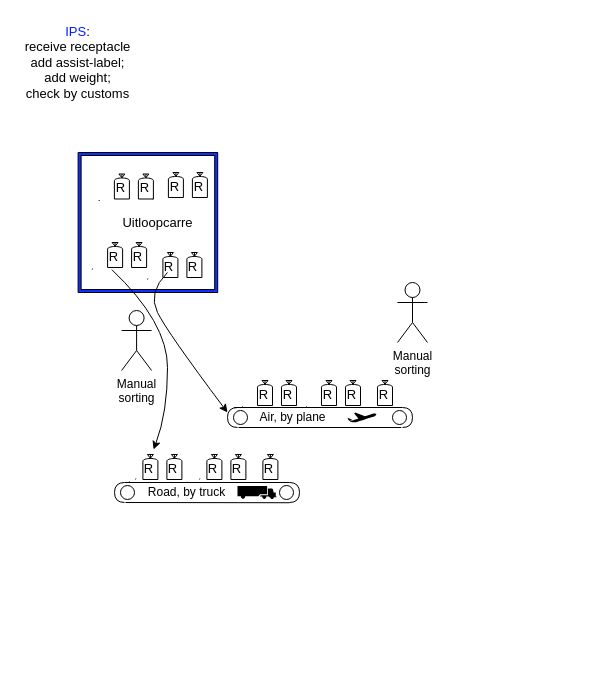
The draw.io diagram Untitled Diagram.drawio in TimvanSteenbergen/drawio, before the edit. Source tidied: cells renumbered, new cells numbered last; positions are measured from the earlier drawing's top-left corner, leaving out a move shared by most shapes. Both pictures are drawn from the tidied source at 100%, with x=0, y=0 at pixel (17, 17). Pictures stored in the file or linked from it are replaced by grey dashed boxes.
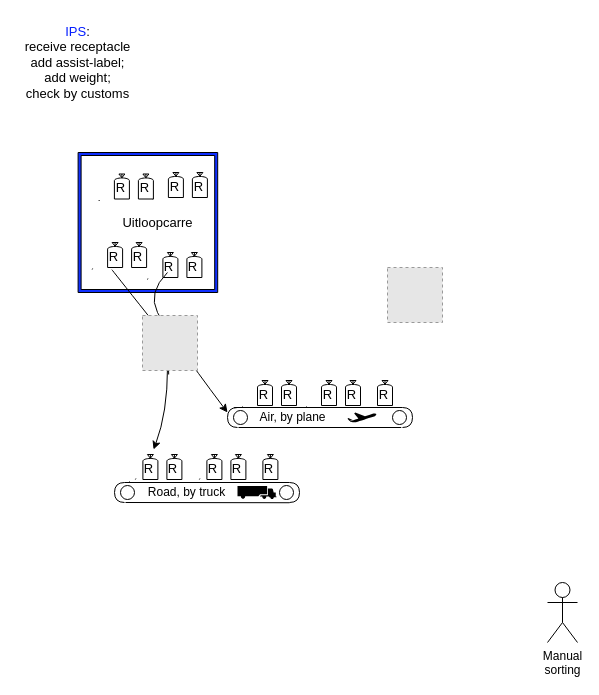
The same page after the edit.

The change refers to these unchanged cells:
```xml
<mxCell id="38" value="R" style="text;html=1;align=center;verticalAlign=middle;points=[];strokeColor=none;fillColor=none;fontSize=13;spacingTop=7;spacingLeft=2;" parent="36" vertex="1">
  <mxGeometry y="5" width="30" height="30" as="geometry" />
</mxCell>
<mxCell id="78" value="R" style="text;html=1;align=center;verticalAlign=middle;points=[];strokeColor=none;fillColor=none;fontSize=13;spacingTop=7;spacingLeft=2;" parent="76" vertex="1">
  <mxGeometry y="5" width="30" height="30" as="geometry" />
</mxCell>
```

Diff of the diagram source:
```diff
@@
     <mxCell id="2" value="&lt;div&gt;Manual&lt;/div&gt;&lt;div&gt;sorting&lt;/div&gt;" style="shape=umlActor;verticalLabelPosition=bottom;verticalAlign=top;html=1;" parent="1" vertex="1">
-      <mxGeometry x="104.1" y="293" width="30" height="60" as="geometry" />
+      <mxGeometry x="530" y="565" width="30" height="60" as="geometry" />
     </mxCell>
@@
-    <mxCell id="83" style="curved=1;endArrow=classic;html=1;rounded=0;fontSize=13;fontColor=#0829FF;exitX=0.476;exitY=1.073;exitDx=0;exitDy=0;exitPerimeter=0;" parent="1" edge="1" source="78" target="38">
+    <mxCell id="83" style="curved=1;endArrow=classic;html=1;rounded=0;fontSize=13;fontColor=#0829FF;exitX=0.476;exitY=1.073;exitDx=0;exitDy=0;exitPerimeter=0;startArrow=none;" parent="1" edge="1" source="87" target="38">
       <mxGeometry relative="1" as="geometry">
         <Array as="points">
           <mxPoint x="150" y="305" />
           <mxPoint x="150" y="395" />
         </Array>
       </mxGeometry>
     </mxCell>
@@
-    <mxCell id="85" value="&lt;div&gt;Manual&lt;/div&gt;&lt;div&gt;sorting&lt;/div&gt;" style="shape=umlActor;verticalLabelPosition=bottom;verticalAlign=top;html=1;" parent="1" vertex="1">
-      <mxGeometry x="380" y="265" width="30" height="60" as="geometry" />
-    </mxCell>
+    <mxCell id="86" style="curved=1;endArrow=none;html=1;rounded=0;fontSize=13;fontColor=#0829FF;exitX=0.476;exitY=1.073;exitDx=0;exitDy=0;exitPerimeter=0;" parent="1" edge="1" source="78" target="87">
+      <mxGeometry relative="1" as="geometry" />
+    </mxCell>
+    <mxCell id="87" style="fillColor=#E6E6E6;strokeColor=#999999;dashed=1;html=1;verticalAlign=top;verticalLabelPosition=bottom;labelBackgroundColor=#ffffff;fontFamily=Helvetica;fontSize=13;fontColor=#000000;" parent="1" vertex="1">
+      <mxGeometry x="125" y="298" width="55" height="55" as="geometry" />
+    </mxCell>
+    <mxCell id="88" style="fillColor=#E6E6E6;strokeColor=#999999;dashed=1;html=1;verticalAlign=top;verticalLabelPosition=bottom;labelBackgroundColor=#ffffff;fontFamily=Helvetica;fontSize=13;fontColor=#000000;" parent="1" vertex="1">
+      <mxGeometry x="370" y="250" width="55" height="55" as="geometry" />
+    </mxCell>
```
